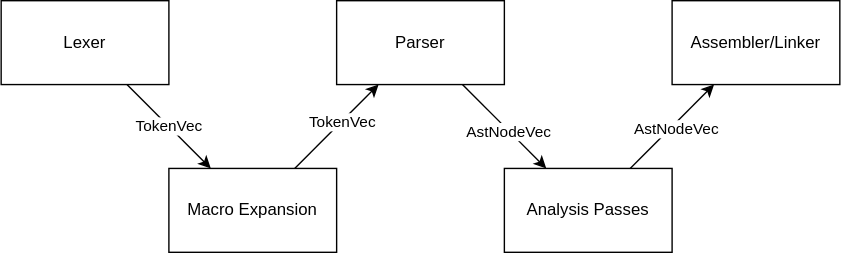
The draw.io diagram design.drawio.svg in A1Liu/tci, before a commit. Source tidied: cells renumbered, new cells last; positions are measured from the earlier drawing's top-left corner, leaving out a move shared by most shapes.
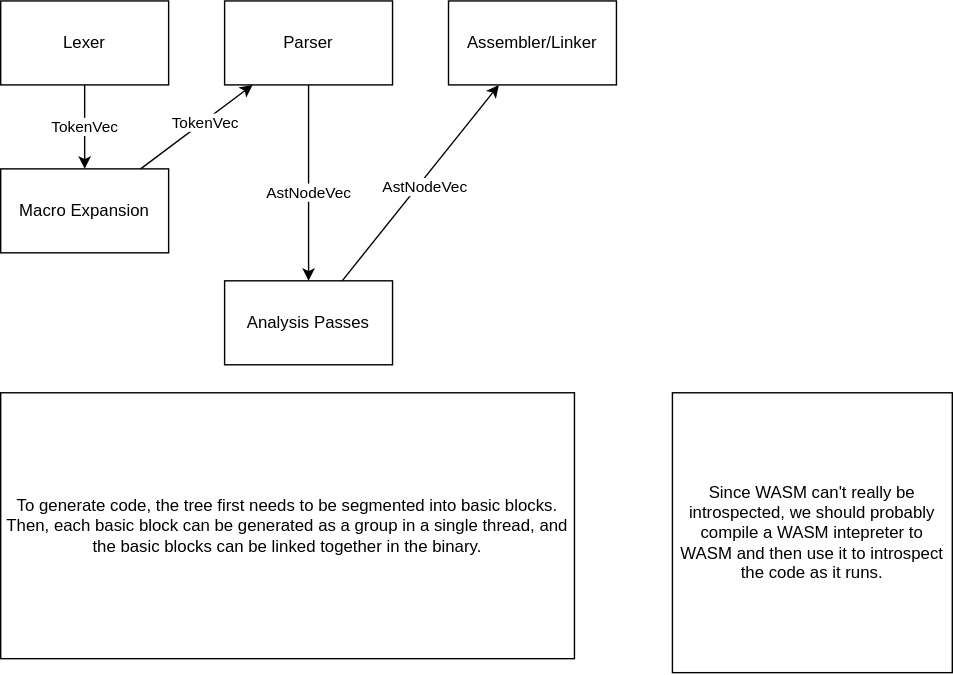
The same file after the commit.

The edit, as a diff of the source:
```diff
@@ -15,7 +15,7 @@
       <mxGeometry x="0.14" relative="1" as="geometry" />
     </mxCell>
     <mxCell id="6" value="Macro Expansion" style="whiteSpace=wrap;html=1;" parent="1" vertex="1">
-      <mxGeometry x="120" y="120" width="120" height="60" as="geometry" />
+      <mxGeometry y="120" width="120" height="60" as="geometry" />
     </mxCell>
     <mxCell id="7" style="edgeStyle=none;html=1;" parent="1" edge="1" source="9" target="12">
       <mxGeometry relative="1" as="geometry" />
@@ -26,7 +26,7 @@
       </mxGeometry>
     </mxCell>
     <mxCell id="9" value="Parser" style="whiteSpace=wrap;html=1;" parent="1" vertex="1">
-      <mxGeometry x="240" width="120" height="60" as="geometry" />
+      <mxGeometry x="160" width="120" height="60" as="geometry" />
     </mxCell>
     <mxCell id="10" style="edgeStyle=none;html=1;" parent="1" edge="1" source="12" target="13">
       <mxGeometry relative="1" as="geometry" />
@@ -37,10 +37,16 @@
       </mxGeometry>
     </mxCell>
     <mxCell id="12" value="Analysis Passes" style="whiteSpace=wrap;html=1;" parent="1" vertex="1">
-      <mxGeometry x="360" y="120" width="120" height="60" as="geometry" />
+      <mxGeometry x="160" y="200" width="120" height="60" as="geometry" />
     </mxCell>
     <mxCell id="13" value="Assembler/Linker" style="whiteSpace=wrap;html=1;" parent="1" vertex="1">
-      <mxGeometry x="480" width="120" height="60" as="geometry" />
+      <mxGeometry x="320" width="120" height="60" as="geometry" />
     </mxCell>
+    <mxCell id="14" value="To generate code, the tree first needs to be segmented into basic blocks. Then, each basic block can be generated as a group in a single thread, and the basic blocks can be linked together in the binary." style="whiteSpace=wrap;html=1;" parent="1" vertex="1">
+      <mxGeometry y="280" width="410" height="190" as="geometry" />
+    </mxCell>
+    <mxCell id="15" value="Since WASM can't really be introspected, we should probably compile a WASM intepreter to WASM and then use it to introspect the code as it runs." style="whiteSpace=wrap;html=1;" parent="1" vertex="1">
+      <mxGeometry x="480" y="280" width="200" height="200" as="geometry" />
+    </mxCell>
   </root>
 </mxGraphModel>
```
